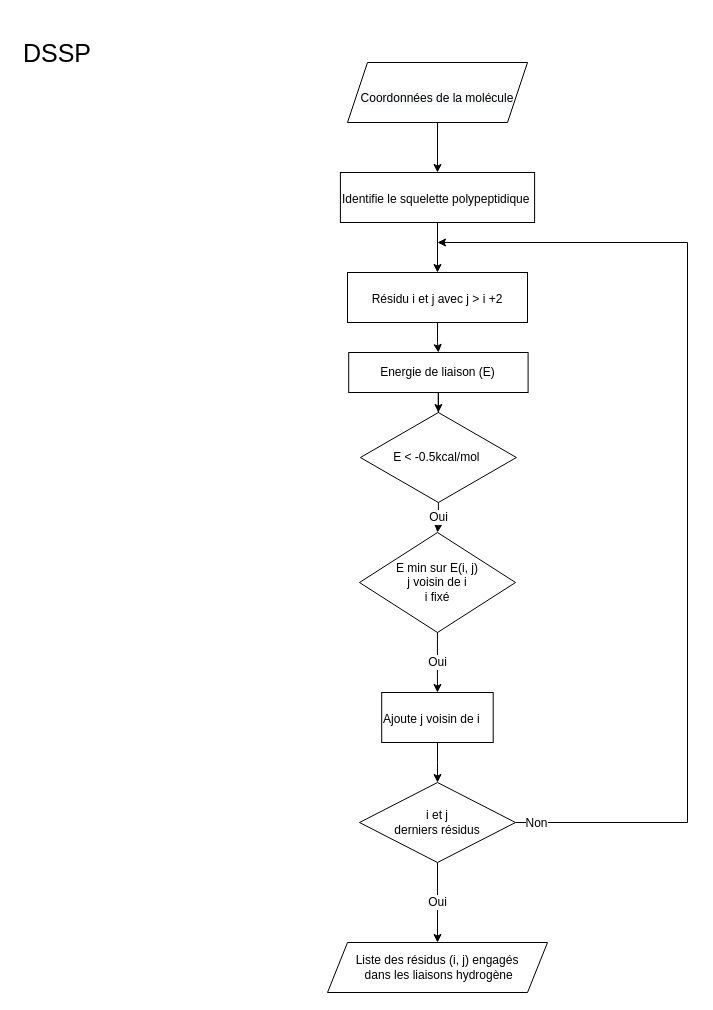
mehdimunim/Helix-Analysis-Program keeps this draw.io diagram as page "Page-1" (1 of 3) of images/flowcharts/flowcharts.drawio. Above is the earlier version. Source tidied: cells renumbered, new cells numbered last; positions are measured from the earlier drawing's top-left corner, leaving out a move shared by most shapes. Both pictures are drawn from the tidied source at 100%, with x=0, y=0 at pixel (37, 42).
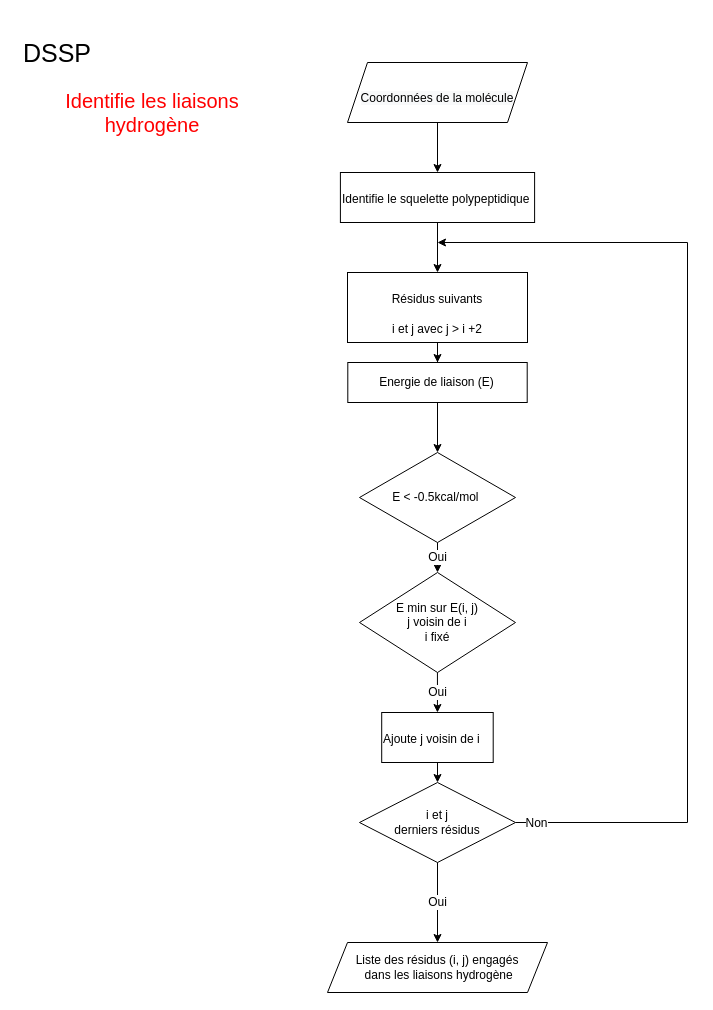
Above is the later version.

The edit, as a diff of the source:
```diff
@@
     <mxCell id="9" value="Energie de liaison (E)" style="rounded=0;whiteSpace=wrap;html=1;shadow=0;fillColor=none;fontSize=12;align=center;" parent="1" vertex="1">
-      <mxGeometry x="311.2" y="310" width="179.4" height="40" as="geometry" />
+      <mxGeometry x="310.3" y="320" width="179.4" height="40" as="geometry" />
     </mxCell>
@@
     <mxCell id="11" value="E &amp;lt; -0.5kcal/mol&amp;nbsp;" style="rhombus;whiteSpace=wrap;html=1;shadow=0;fillColor=none;fontSize=12;align=center;" parent="1" vertex="1">
-      <mxGeometry x="322.9" y="370" width="156" height="90" as="geometry" />
+      <mxGeometry x="322" y="410" width="156" height="90" as="geometry" />
     </mxCell>
@@
     <mxCell id="13" value="&lt;span style=&quot;font-size: 12px&quot;&gt;Ajoute j voisin de i&lt;/span&gt;" style="rounded=0;whiteSpace=wrap;html=1;shadow=0;fillColor=none;fontSize=25;align=left;verticalAlign=top;" parent="1" vertex="1">
-      <mxGeometry x="344.2" y="650" width="111.5" height="50" as="geometry" />
+      <mxGeometry x="344.2" y="670" width="111.5" height="50" as="geometry" />
     </mxCell>
@@
     <mxCell id="15" value="E min sur E(i, j)&lt;br&gt;j voisin de i&lt;br&gt;i fixé" style="rhombus;whiteSpace=wrap;html=1;shadow=0;fillColor=none;fontSize=12;align=center;" parent="1" vertex="1">
-      <mxGeometry x="322" y="490" width="156" height="100" as="geometry" />
+      <mxGeometry x="322" y="530" width="156" height="100" as="geometry" />
     </mxCell>
@@
-    <mxCell id="21" value="&lt;font face=&quot;helvetica&quot;&gt;&lt;span style=&quot;font-size: 12px&quot;&gt;Résidu i et j avec j &amp;gt; i +2&lt;/span&gt;&lt;/font&gt;" style="rounded=0;whiteSpace=wrap;html=1;shadow=0;fillColor=none;fontSize=25;align=center;verticalAlign=top;labelPosition=center;verticalLabelPosition=middle;" parent="1" vertex="1">
-      <mxGeometry x="310" y="230" width="180" height="50" as="geometry" />
+    <mxCell id="21" value="&lt;font face=&quot;helvetica&quot;&gt;&lt;span style=&quot;font-size: 12px&quot;&gt;Résidus suivants&lt;br&gt;&amp;nbsp;i et j avec j &amp;gt; i +2&amp;nbsp;&lt;br&gt;&lt;/span&gt;&lt;/font&gt;" style="rounded=0;whiteSpace=wrap;html=1;shadow=0;fillColor=none;fontSize=25;align=center;verticalAlign=top;labelPosition=center;verticalLabelPosition=middle;" parent="1" vertex="1">
+      <mxGeometry x="310" y="230" width="180" height="70" as="geometry" />
     </mxCell>
@@
+    <mxCell id="23" value="Identifie les liaisons hydrogène" style="text;html=1;strokeColor=none;fillColor=none;align=center;verticalAlign=middle;whiteSpace=wrap;rounded=0;fontStyle=0;fontSize=20;fontColor=#FF0000;" parent="1" vertex="1">
+      <mxGeometry x="-20" y="60" width="270" height="20" as="geometry" />
+    </mxCell>
```
